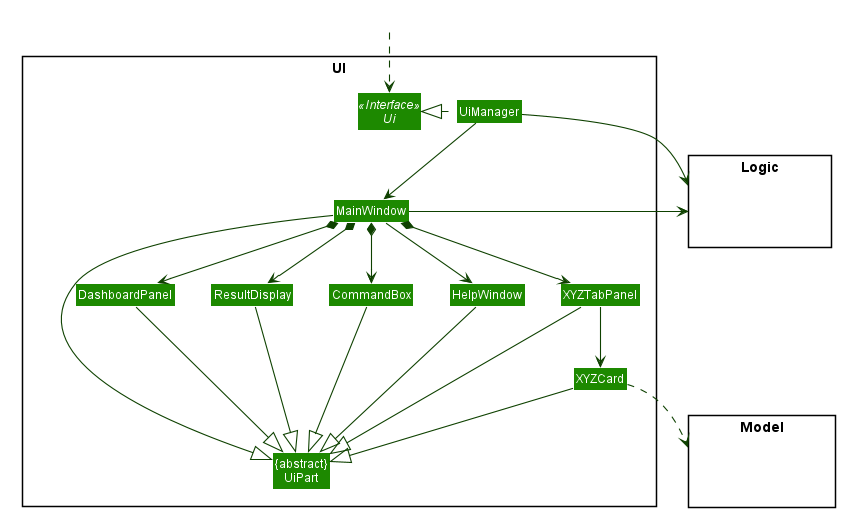
This is docs/images/UiClassDiagram.png from zenatrick/main, a PlantUML export, as it was before one commit.
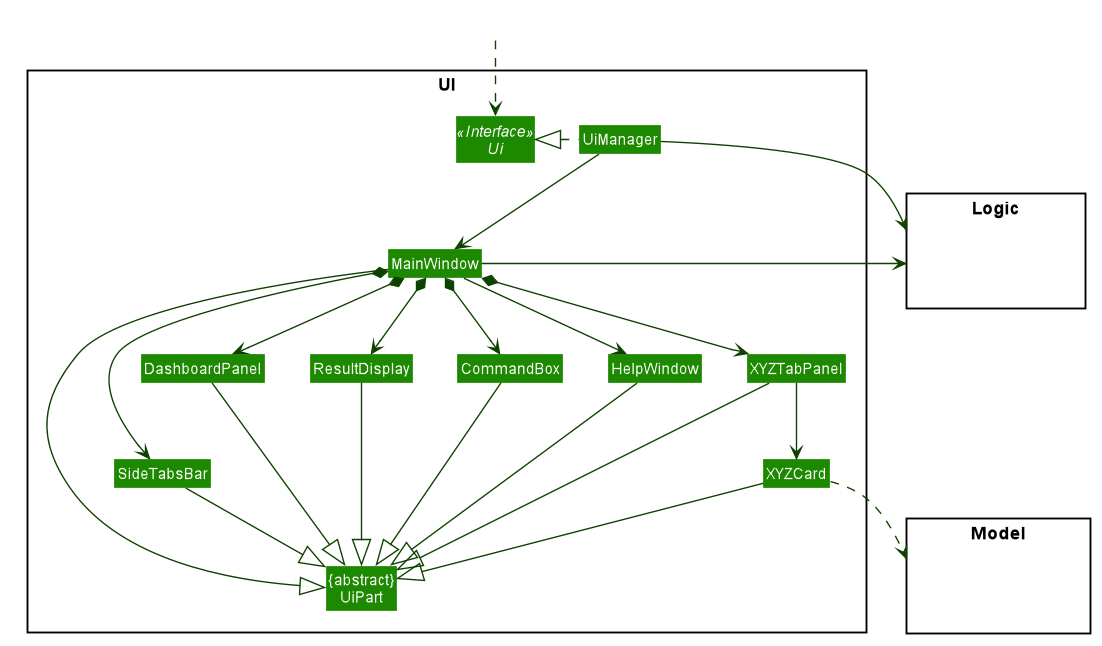
The same file after the commit.

What changed in the source:
```diff
@@ -59,6 +59,7 @@
 Class MainWindow
 Class HelpWindow
 Class ResultDisplay
+Class SideTabsBar
 Class XYZTabPanel
 Class XYZCard
 Class DashboardPanel
@@ -81,14 +82,16 @@
 MainWindow --> HelpWindow
 MainWindow *-down-> CommandBox
 MainWindow *-down-> ResultDisplay
+MainWindow *-down-> SideTabsBar
 MainWindow *-down-> XYZTabPanel
 MainWindow *-down-> DashboardPanel
 
 XYZTabPanel -down-> XYZCard
 
-MainWindow -left-|> UiPart
+MainWindow -right-|> UiPart
 
 ResultDisplay --|> UiPart
+SideTabsBar -right-|> UiPart
 CommandBox --|> UiPart
 XYZTabPanel --|> UiPart
 XYZCard --|> UiPart
```
